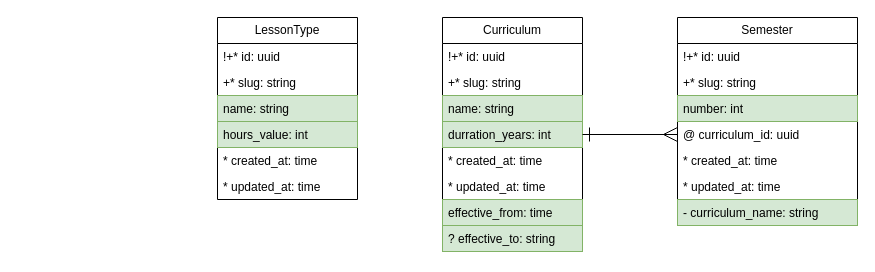
IrusHunter/duckademic keeps this draw.io diagram as page "Curriculum" (8 of 8) of docs/entity_relationship.drawio. Above is the earlier version. Source tidied: cells renumbered, new cells numbered last; positions are measured from the earlier drawing's top-left corner, leaving out a move shared by most shapes. Both pictures are drawn from the tidied source at 100%, with x=0, y=0 at pixel (217, 17).
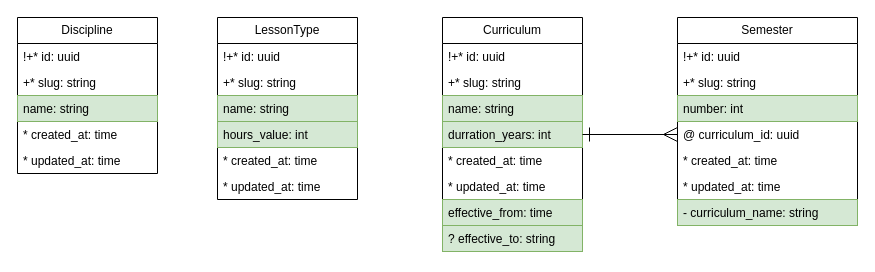
After the change.

What changed in the source:
```diff
@@
+    <mxCell id="27" value="Discipline" style="swimlane;fontStyle=0;horizontal=1;startSize=26;fillColor=none;whiteSpace=wrap;html=1;" parent="1" vertex="1">
+      <mxGeometry x="-200" width="140" height="156" as="geometry" />
+    </mxCell>
+    <mxCell id="28" value="!+* id: uuid" style="text;strokeColor=none;fillColor=none;align=left;verticalAlign=top;spacingLeft=4;spacingRight=4;overflow=hidden;whiteSpace=wrap;html=1;" parent="27" vertex="1">
+      <mxGeometry y="26" width="140" height="26" as="geometry" />
+    </mxCell>
+    <mxCell id="29" value="+* slug: string" style="text;strokeColor=none;fillColor=none;align=left;verticalAlign=top;spacingLeft=4;spacingRight=4;overflow=hidden;whiteSpace=wrap;html=1;" parent="27" vertex="1">
+      <mxGeometry y="52" width="140" height="26" as="geometry" />
+    </mxCell>
+    <mxCell id="30" value="name: string" style="text;strokeColor=#82b366;fillColor=#d5e8d4;align=left;verticalAlign=top;spacingLeft=4;spacingRight=4;overflow=hidden;whiteSpace=wrap;html=1;" parent="27" vertex="1">
+      <mxGeometry y="78" width="140" height="26" as="geometry" />
+    </mxCell>
+    <mxCell id="31" value="* created_at: time" style="text;strokeColor=none;fillColor=none;align=left;verticalAlign=top;spacingLeft=4;spacingRight=4;overflow=hidden;whiteSpace=wrap;html=1;" parent="27" vertex="1">
+      <mxGeometry y="104" width="140" height="26" as="geometry" />
+    </mxCell>
+    <mxCell id="32" value="* updated_at: time" style="text;strokeColor=none;fillColor=none;align=left;verticalAlign=top;spacingLeft=4;spacingRight=4;overflow=hidden;whiteSpace=wrap;html=1;" parent="27" vertex="1">
+      <mxGeometry y="130" width="140" height="26" as="geometry" />
+    </mxCell>
```
